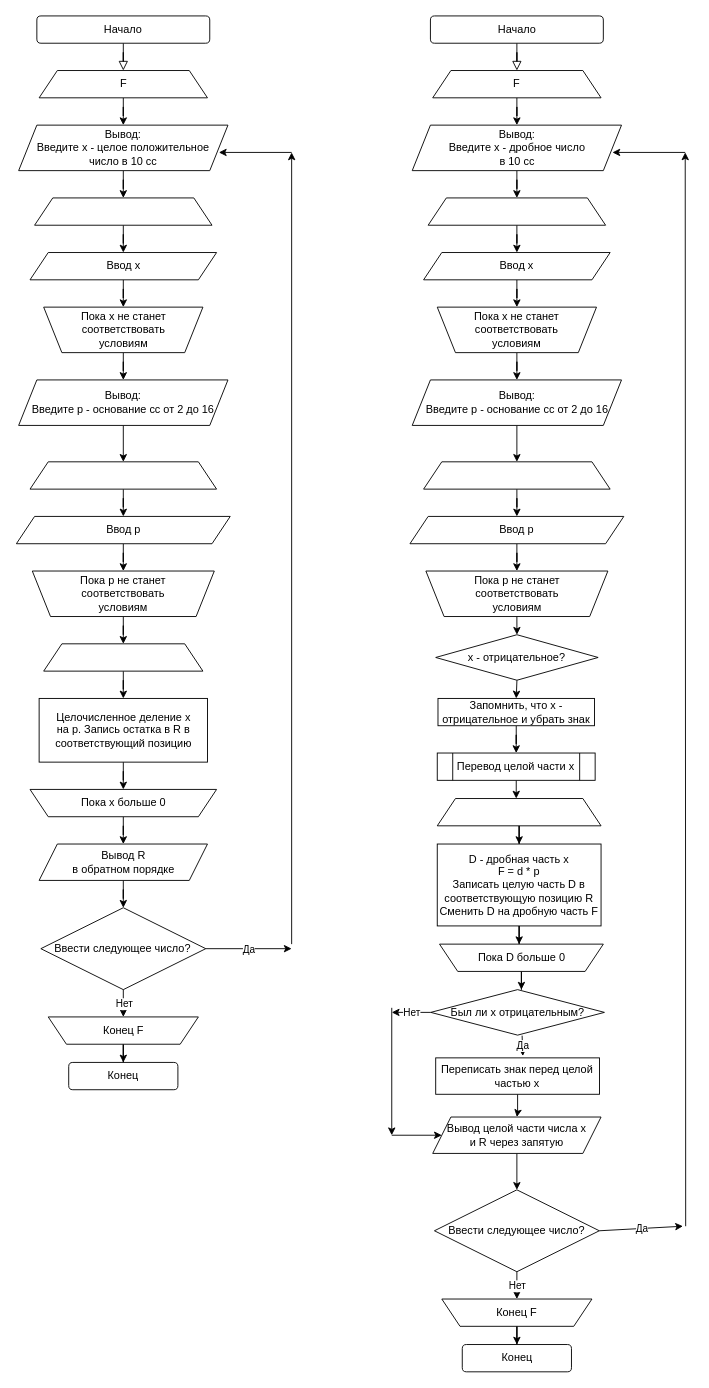
Earlier version of the draw.io diagram Untitled Diagram.drawio (FreemanBel/inviter). Source tidied: cells renumbered, new cells numbered last; positions are measured from the earlier drawing's top-left corner, leaving out a move shared by most shapes. Both pictures are drawn from the tidied source at 91%, with x=0, y=0 at pixel (16, 15).
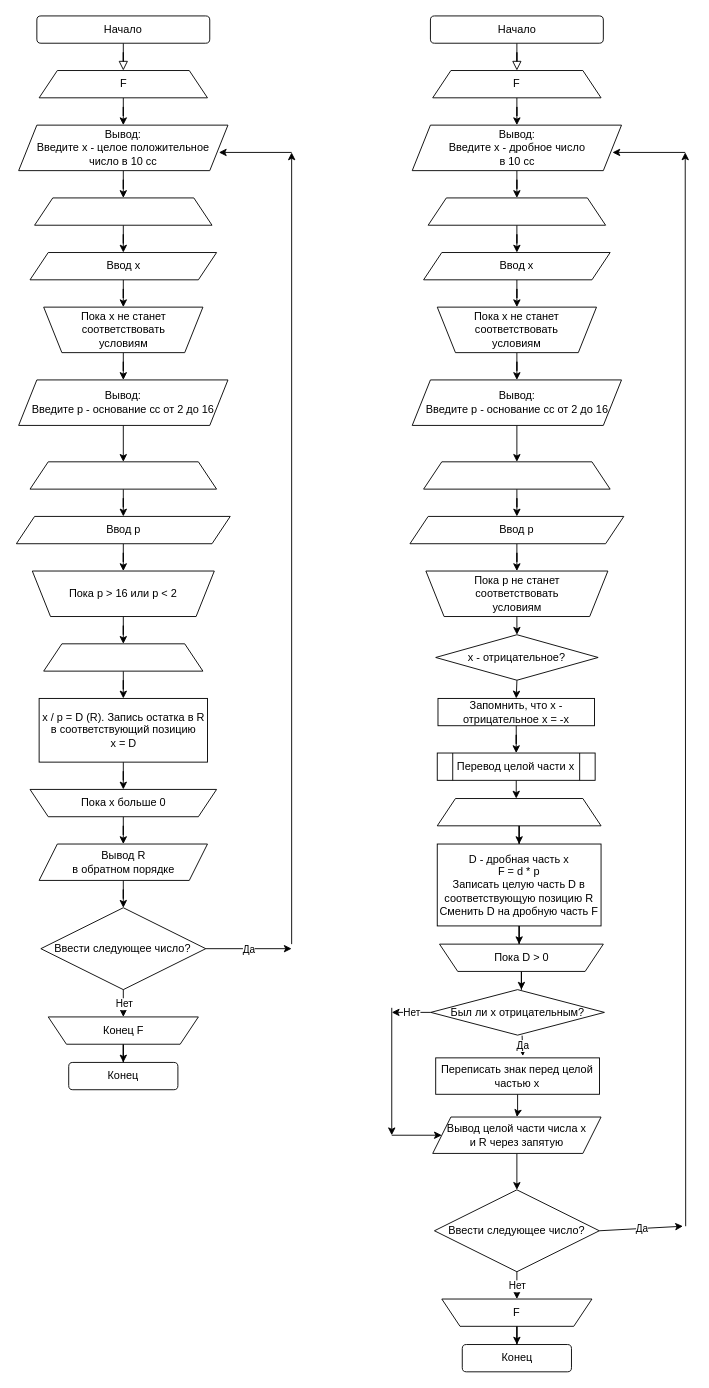
The same diagram, later.

What changed in the source:
```diff
@@
-    <mxCell id="21" value="&lt;div&gt;Пока p не станет&lt;/div&gt;&lt;div&gt;соответствовать&lt;/div&gt;&lt;div&gt;условиям&lt;br&gt;&lt;/div&gt;" style="shape=trapezoid;perimeter=trapezoidPerimeter;whiteSpace=wrap;html=1;fixedSize=1;direction=west;" parent="1" vertex="1">
+    <mxCell id="21" value="&lt;div&gt;Пока p &amp;gt; 16 или p &amp;lt; 2&lt;br&gt;&lt;/div&gt;" style="shape=trapezoid;perimeter=trapezoidPerimeter;whiteSpace=wrap;html=1;fixedSize=1;direction=west;" parent="1" vertex="1">
       <mxGeometry x="17" y="610" width="200" height="50" as="geometry" />
     </mxCell>
@@
-    <mxCell id="25" value="&lt;div&gt;Целочисленное деление x&lt;/div&gt;&lt;div&gt;на p. Запись остатка в R в соответствующий позицию&lt;br&gt;&lt;/div&gt;" style="rounded=0;whiteSpace=wrap;html=1;" parent="1" vertex="1">
+    <mxCell id="25" value="&lt;div&gt;x / p = D (R). Запись остатка в R в соответствующий позицию&lt;/div&gt;&lt;div&gt;x = D&lt;br&gt;&lt;/div&gt;" style="rounded=0;whiteSpace=wrap;html=1;" parent="1" vertex="1">
       <mxGeometry x="24.5" y="750" width="185" height="70" as="geometry" />
     </mxCell>
@@
-    <mxCell id="63" value="Конец F" style="shape=trapezoid;perimeter=trapezoidPerimeter;whiteSpace=wrap;html=1;fixedSize=1;direction=west;" parent="1" vertex="1">
+    <mxCell id="63" value="F" style="shape=trapezoid;perimeter=trapezoidPerimeter;whiteSpace=wrap;html=1;fixedSize=1;direction=west;" parent="1" vertex="1">
       <mxGeometry x="467" y="1410" width="165" height="30" as="geometry" />
     </mxCell>
@@
-    <mxCell id="73" value="Запомнить, что x - отрицательное и убрать знак" style="rounded=0;whiteSpace=wrap;html=1;" parent="1" vertex="1">
+    <mxCell id="73" value="Запомнить, что x - отрицательное x = -x" style="rounded=0;whiteSpace=wrap;html=1;" parent="1" vertex="1">
       <mxGeometry x="462.8" y="750" width="172" height="30" as="geometry" />
     </mxCell>
@@
-    <mxCell id="81" value="Пока D больше 0" style="shape=trapezoid;perimeter=trapezoidPerimeter;whiteSpace=wrap;html=1;fixedSize=1;direction=west;" parent="1" vertex="1">
+    <mxCell id="81" value="Пока D &amp;gt; 0" style="shape=trapezoid;perimeter=trapezoidPerimeter;whiteSpace=wrap;html=1;fixedSize=1;direction=west;" parent="1" vertex="1">
       <mxGeometry x="464.5" y="1020" width="180" height="30" as="geometry" />
     </mxCell>
```
